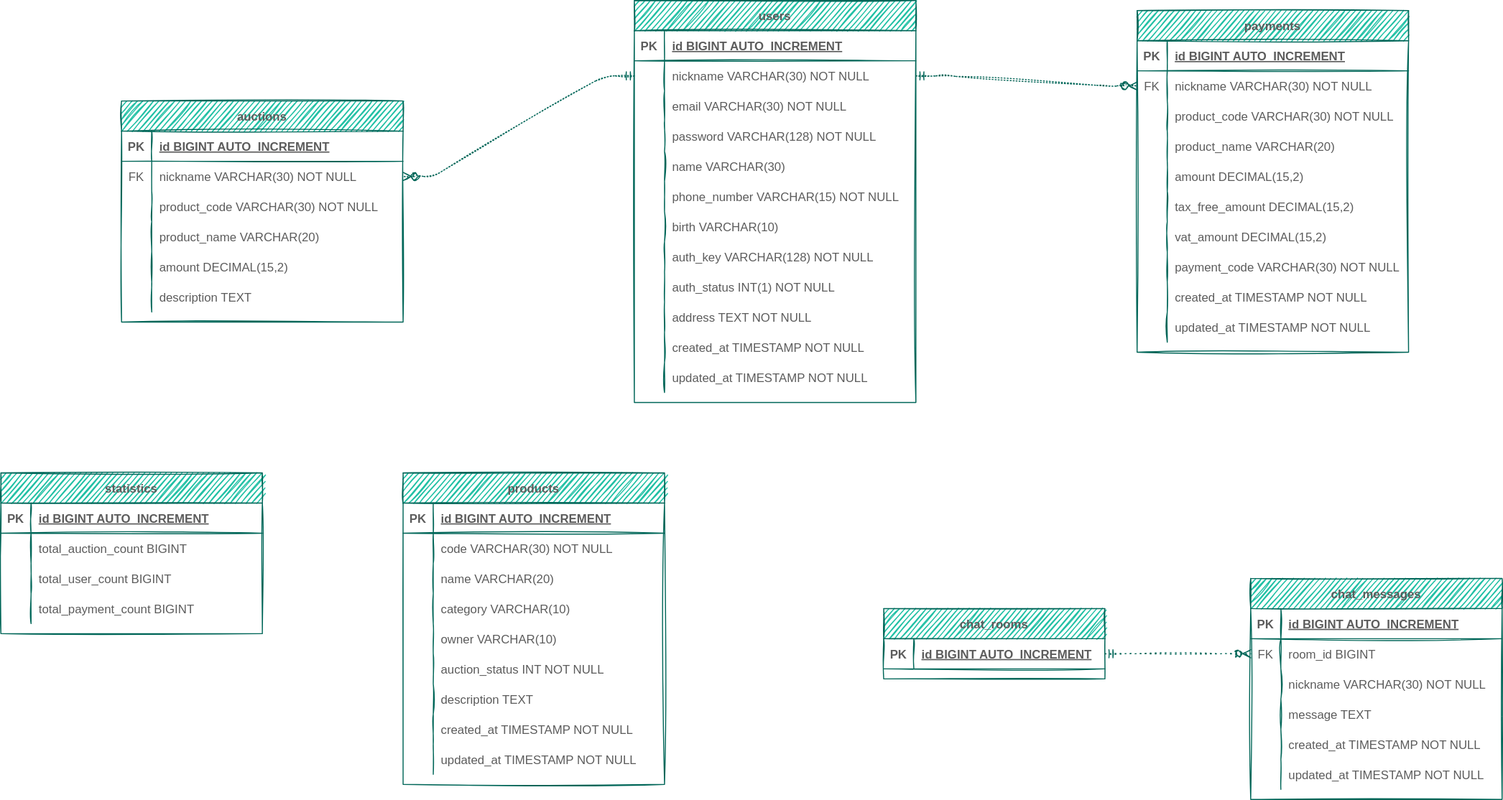
Before: sago_database_schema.drawio.svg, a diagram exported from draw.io (AnneMayor/TestRepository). Source tidied: cells renumbered, new cells last; positions are measured from the earlier drawing's top-left corner, leaving out a move shared by most shapes.
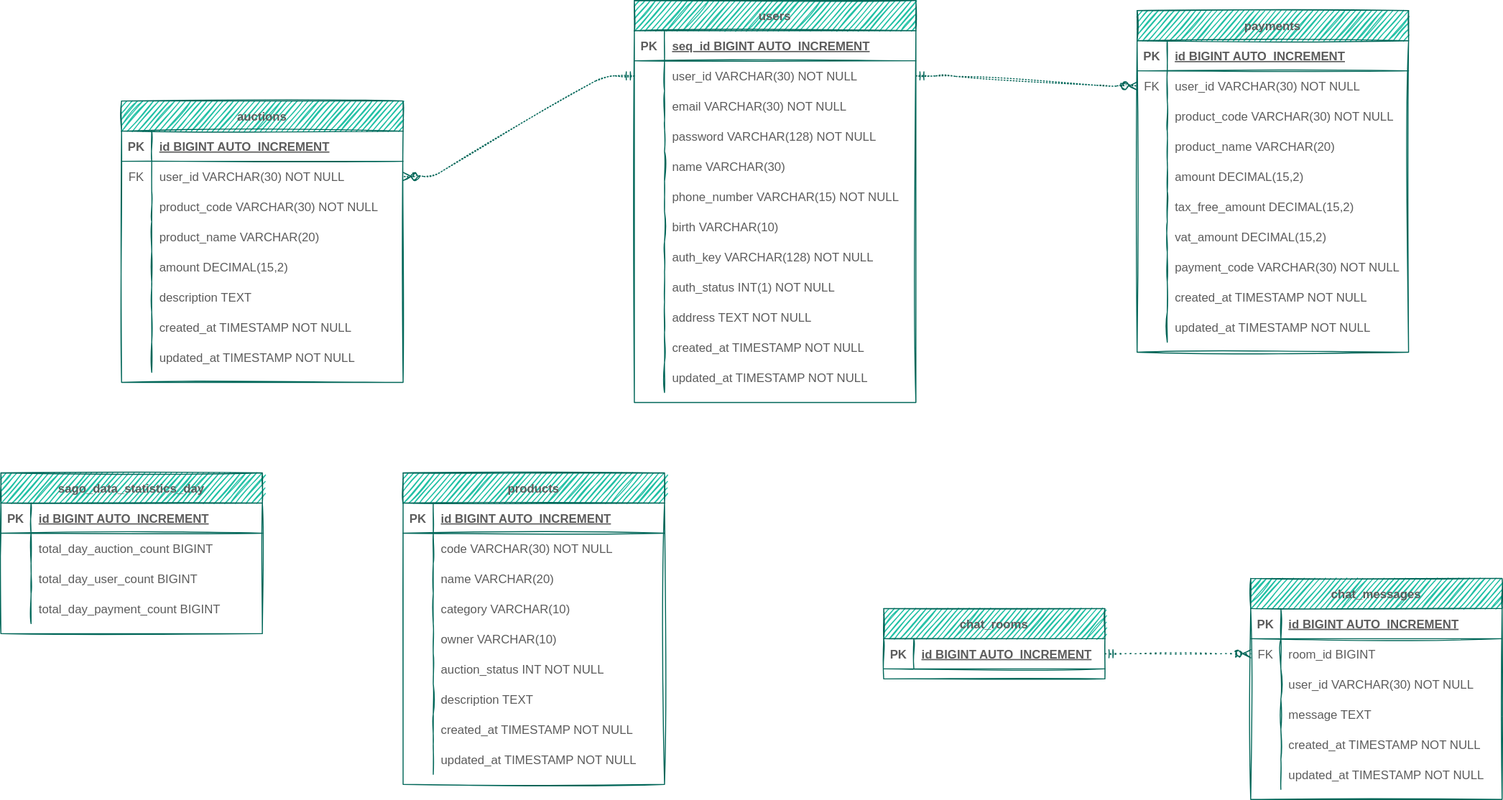
Above is the later version.

Diff of the diagram source:
```diff
@@ -3,7 +3,7 @@
     <mxCell id="0" />
     <mxCell id="1" parent="0" />
     <mxCell id="2" value="auctions" style="shape=table;startSize=30;rowLines=0;fontStyle=1;align=center;sketch=1;fillColor=#21C0A5;strokeColor=#006658;fontColor=#5C5C5C;" parent="1" vertex="1">
-      <mxGeometry x="120" y="100" width="280" height="220" as="geometry" />
+      <mxGeometry x="120" y="100" width="280" height="280" as="geometry" />
     </mxCell>
     <mxCell id="3" style="shape=partialRectangle;fillColor=none;top=0;left=0;right=0;bottom=1;sketch=1;strokeColor=#006658;fontColor=#5C5C5C;" parent="2" vertex="1">
       <mxGeometry y="30" width="280" height="30" as="geometry" />
@@ -20,7 +20,7 @@
     <mxCell id="7" value="FK" style="shape=partialRectangle;overflow=hidden;fillColor=none;top=0;left=0;bottom=0;right=0;sketch=1;strokeColor=#006658;fontColor=#5C5C5C;" parent="6" vertex="1">
       <mxGeometry width="30" height="30" as="geometry" />
     </mxCell>
-    <mxCell id="8" value="nickname VARCHAR(30) NOT NULL" style="shape=partialRectangle;overflow=hidden;fillColor=none;top=0;left=0;bottom=0;right=0;align=left;spacingLeft=6;sketch=1;strokeColor=#006658;fontColor=#5C5C5C;" parent="6" vertex="1">
+    <mxCell id="8" value="user_id VARCHAR(30) NOT NULL" style="shape=partialRectangle;overflow=hidden;fillColor=none;top=0;left=0;bottom=0;right=0;align=left;spacingLeft=6;sketch=1;strokeColor=#006658;fontColor=#5C5C5C;" parent="6" vertex="1">
       <mxGeometry x="30" width="250" height="30" as="geometry" />
     </mxCell>
     <mxCell id="9" style="shape=partialRectangle;fillColor=none;top=0;left=0;right=0;bottom=0;sketch=1;strokeColor=#006658;fontColor=#5C5C5C;" parent="2" vertex="1">
@@ -59,6 +59,24 @@
     <mxCell id="20" value="description TEXT" style="shape=partialRectangle;overflow=hidden;fillColor=none;top=0;left=0;bottom=0;right=0;align=left;spacingLeft=6;sketch=1;strokeColor=#006658;fontColor=#5C5C5C;" parent="18" vertex="1">
       <mxGeometry x="30" width="250" height="30" as="geometry" />
     </mxCell>
+    <mxCell id="156" style="shape=partialRectangle;fillColor=none;top=0;left=0;right=0;bottom=0;sketch=1;strokeColor=#006658;fontColor=#5C5C5C;" parent="2" vertex="1">
+      <mxGeometry y="210" width="280" height="30" as="geometry" />
+    </mxCell>
+    <mxCell id="157" style="shape=partialRectangle;overflow=hidden;fillColor=none;top=0;left=0;bottom=0;right=0;sketch=1;strokeColor=#006658;fontColor=#5C5C5C;" parent="156" vertex="1">
+      <mxGeometry width="30" height="30" as="geometry" />
+    </mxCell>
+    <mxCell id="158" value="created_at TIMESTAMP NOT NULL" style="shape=partialRectangle;overflow=hidden;fillColor=none;top=0;left=0;bottom=0;right=0;align=left;spacingLeft=6;sketch=1;strokeColor=#006658;fontColor=#5C5C5C;" parent="156" vertex="1">
+      <mxGeometry x="30" width="250" height="30" as="geometry" />
+    </mxCell>
+    <mxCell id="159" style="shape=partialRectangle;fillColor=none;top=0;left=0;right=0;bottom=0;sketch=1;strokeColor=#006658;fontColor=#5C5C5C;" parent="2" vertex="1">
+      <mxGeometry y="240" width="280" height="30" as="geometry" />
+    </mxCell>
+    <mxCell id="160" style="shape=partialRectangle;overflow=hidden;fillColor=none;top=0;left=0;bottom=0;right=0;sketch=1;strokeColor=#006658;fontColor=#5C5C5C;" parent="159" vertex="1">
+      <mxGeometry width="30" height="30" as="geometry" />
+    </mxCell>
+    <mxCell id="161" value="updated_at TIMESTAMP NOT NULL" style="shape=partialRectangle;overflow=hidden;fillColor=none;top=0;left=0;bottom=0;right=0;align=left;spacingLeft=6;sketch=1;strokeColor=#006658;fontColor=#5C5C5C;" parent="159" vertex="1">
+      <mxGeometry x="30" width="250" height="30" as="geometry" />
+    </mxCell>
     <mxCell id="21" value="payments" style="shape=table;startSize=30;rowLines=0;fontStyle=1;align=center;sketch=1;fillColor=#21C0A5;strokeColor=#006658;fontColor=#5C5C5C;" parent="1" vertex="1">
       <mxGeometry x="1130" y="10" width="270" height="340" as="geometry" />
     </mxCell>
@@ -77,7 +95,7 @@
     <mxCell id="26" value="FK" style="shape=partialRectangle;overflow=hidden;fillColor=none;top=0;left=0;bottom=0;right=0;sketch=1;strokeColor=#006658;fontColor=#5C5C5C;" parent="25" vertex="1">
       <mxGeometry width="30" height="30" as="geometry" />
     </mxCell>
-    <mxCell id="27" value="nickname VARCHAR(30) NOT NULL" style="shape=partialRectangle;overflow=hidden;fillColor=none;top=0;left=0;bottom=0;right=0;align=left;spacingLeft=6;sketch=1;strokeColor=#006658;fontColor=#5C5C5C;" parent="25" vertex="1">
+    <mxCell id="27" value="user_id VARCHAR(30) NOT NULL" style="shape=partialRectangle;overflow=hidden;fillColor=none;top=0;left=0;bottom=0;right=0;align=left;spacingLeft=6;sketch=1;strokeColor=#006658;fontColor=#5C5C5C;" parent="25" vertex="1">
       <mxGeometry x="30" width="240" height="30" as="geometry" />
     </mxCell>
     <mxCell id="28" style="shape=partialRectangle;fillColor=none;top=0;left=0;right=0;bottom=0;sketch=1;strokeColor=#006658;fontColor=#5C5C5C;" parent="21" vertex="1">
@@ -161,7 +179,7 @@
     <mxCell id="54" value="PK" style="shape=partialRectangle;overflow=hidden;fillColor=none;top=0;left=0;bottom=0;right=0;fontStyle=1;sketch=1;strokeColor=#006658;fontColor=#5C5C5C;" parent="53" vertex="1">
       <mxGeometry width="30" height="30" as="geometry" />
     </mxCell>
-    <mxCell id="55" value="id BIGINT AUTO_INCREMENT" style="shape=partialRectangle;overflow=hidden;fillColor=none;top=0;left=0;bottom=0;right=0;align=left;spacingLeft=6;fontStyle=5;sketch=1;strokeColor=#006658;fontColor=#5C5C5C;" parent="53" vertex="1">
+    <mxCell id="55" value="seq_id BIGINT AUTO_INCREMENT" style="shape=partialRectangle;overflow=hidden;fillColor=none;top=0;left=0;bottom=0;right=0;align=left;spacingLeft=6;fontStyle=5;sketch=1;strokeColor=#006658;fontColor=#5C5C5C;" parent="53" vertex="1">
       <mxGeometry x="30" width="250" height="30" as="geometry" />
     </mxCell>
     <mxCell id="56" style="shape=partialRectangle;fillColor=none;points=[[0,0.5],[1,0.5]];portConstraint=eastwest;top=0;left=0;right=0;bottom=0;sketch=1;strokeColor=#006658;fontColor=#5C5C5C;" parent="52" vertex="1">
@@ -170,7 +188,7 @@
     <mxCell id="57" style="shape=partialRectangle;overflow=hidden;fillColor=none;top=0;left=0;bottom=0;right=0;sketch=1;strokeColor=#006658;fontColor=#5C5C5C;" parent="56" vertex="1">
       <mxGeometry width="30" height="30" as="geometry" />
     </mxCell>
-    <mxCell id="58" value="nickname VARCHAR(30) NOT NULL" style="shape=partialRectangle;overflow=hidden;fillColor=none;top=0;left=0;bottom=0;right=0;align=left;spacingLeft=6;sketch=1;strokeColor=#006658;fontColor=#5C5C5C;" parent="56" vertex="1">
+    <mxCell id="58" value="user_id VARCHAR(30) NOT NULL" style="shape=partialRectangle;overflow=hidden;fillColor=none;top=0;left=0;bottom=0;right=0;align=left;spacingLeft=6;sketch=1;strokeColor=#006658;fontColor=#5C5C5C;" parent="56" vertex="1">
       <mxGeometry x="30" width="250" height="30" as="geometry" />
     </mxCell>
     <mxCell id="59" style="shape=partialRectangle;fillColor=none;top=0;left=0;right=0;bottom=0;sketch=1;strokeColor=#006658;fontColor=#5C5C5C;" parent="52" vertex="1">
@@ -374,7 +392,7 @@
     <mxCell id="125" style="shape=partialRectangle;fillColor=none;top=0;left=0;bottom=0;right=0;overflow=hidden;sketch=1;strokeColor=#006658;fontColor=#5C5C5C;" parent="124" vertex="1">
       <mxGeometry width="30" height="30" as="geometry" />
     </mxCell>
-    <mxCell id="126" value="nickname VARCHAR(30) NOT NULL" style="shape=partialRectangle;fillColor=none;top=0;left=0;bottom=0;right=0;align=left;spacingLeft=6;overflow=hidden;sketch=1;strokeColor=#006658;fontColor=#5C5C5C;" parent="124" vertex="1">
+    <mxCell id="126" value="user_id VARCHAR(30) NOT NULL" style="shape=partialRectangle;fillColor=none;top=0;left=0;bottom=0;right=0;align=left;spacingLeft=6;overflow=hidden;sketch=1;strokeColor=#006658;fontColor=#5C5C5C;" parent="124" vertex="1">
       <mxGeometry x="30" width="220" height="30" as="geometry" />
     </mxCell>
     <mxCell id="127" style="shape=partialRectangle;fillColor=none;top=0;left=0;bottom=0;right=0;sketch=1;strokeColor=#006658;fontColor=#5C5C5C;" parent="117" vertex="1">
@@ -425,7 +443,7 @@
     <mxCell id="142" style="edgeStyle=entityRelationEdgeStyle;fontSize=12;html=1;endArrow=ERzeroToMany;startArrow=ERmandOne;rounded=1;sketch=1;fontColor=#5C5C5C;strokeColor=#006658;fillColor=#21C0A5;curved=0;entryX=1;entryY=0.5;entryDx=0;entryDy=0;exitX=0;exitY=0.5;exitDx=0;exitDy=0;dashed=1;dashPattern=1 2;" parent="1" edge="1" source="56" target="6">
       <mxGeometry relative="1" as="geometry" />
     </mxCell>
-    <mxCell id="143" value="statistics" style="shape=table;startSize=30;rowLines=0;fontStyle=1;align=center;rounded=0;sketch=1;fontColor=#5C5C5C;strokeColor=#006658;fillColor=#21C0A5;" parent="1" vertex="1">
+    <mxCell id="143" value="sago_data_statistics_day" style="shape=table;startSize=30;rowLines=0;fontStyle=1;align=center;rounded=0;sketch=1;fontColor=#5C5C5C;strokeColor=#006658;fillColor=#21C0A5;" parent="1" vertex="1">
       <mxGeometry y="470" width="260" height="160" as="geometry" />
     </mxCell>
     <mxCell id="144" style="shape=partialRectangle;fillColor=none;top=0;left=0;bottom=1;right=0;rounded=0;sketch=1;fontColor=#5C5C5C;strokeColor=#006658;" parent="143" vertex="1">
@@ -443,7 +461,7 @@
     <mxCell id="148" style="shape=partialRectangle;fillColor=none;top=0;left=0;bottom=0;right=0;overflow=hidden;rounded=0;sketch=1;fontColor=#5C5C5C;strokeColor=#006658;" parent="147" vertex="1">
       <mxGeometry width="30" height="30" as="geometry" />
     </mxCell>
-    <mxCell id="149" value="total_auction_count BIGINT" style="shape=partialRectangle;fillColor=none;top=0;left=0;bottom=0;right=0;align=left;spacingLeft=6;overflow=hidden;rounded=0;sketch=1;fontColor=#5C5C5C;strokeColor=#006658;" parent="147" vertex="1">
+    <mxCell id="149" value="total_day_auction_count BIGINT" style="shape=partialRectangle;fillColor=none;top=0;left=0;bottom=0;right=0;align=left;spacingLeft=6;overflow=hidden;rounded=0;sketch=1;fontColor=#5C5C5C;strokeColor=#006658;" parent="147" vertex="1">
       <mxGeometry x="30" width="230" height="30" as="geometry" />
     </mxCell>
     <mxCell id="150" style="shape=partialRectangle;fillColor=none;top=0;left=0;bottom=0;right=0;rounded=0;sketch=1;fontColor=#5C5C5C;strokeColor=#006658;" parent="143" vertex="1">
@@ -452,7 +470,7 @@
     <mxCell id="151" style="shape=partialRectangle;fillColor=none;top=0;left=0;bottom=0;right=0;overflow=hidden;rounded=0;sketch=1;fontColor=#5C5C5C;strokeColor=#006658;" parent="150" vertex="1">
       <mxGeometry width="30" height="30" as="geometry" />
     </mxCell>
-    <mxCell id="152" value="total_user_count BIGINT" style="shape=partialRectangle;fillColor=none;top=0;left=0;bottom=0;right=0;align=left;spacingLeft=6;overflow=hidden;rounded=0;sketch=1;fontColor=#5C5C5C;strokeColor=#006658;" parent="150" vertex="1">
+    <mxCell id="152" value="total_day_user_count BIGINT" style="shape=partialRectangle;fillColor=none;top=0;left=0;bottom=0;right=0;align=left;spacingLeft=6;overflow=hidden;rounded=0;sketch=1;fontColor=#5C5C5C;strokeColor=#006658;" parent="150" vertex="1">
       <mxGeometry x="30" width="230" height="30" as="geometry" />
     </mxCell>
     <mxCell id="153" style="shape=partialRectangle;fillColor=none;top=0;left=0;bottom=0;right=0;rounded=0;sketch=1;fontColor=#5C5C5C;strokeColor=#006658;" parent="143" vertex="1">
@@ -461,7 +479,7 @@
     <mxCell id="154" style="shape=partialRectangle;fillColor=none;top=0;left=0;bottom=0;right=0;overflow=hidden;rounded=0;sketch=1;fontColor=#5C5C5C;strokeColor=#006658;" parent="153" vertex="1">
       <mxGeometry width="30" height="30" as="geometry" />
     </mxCell>
-    <mxCell id="155" value="total_payment_count BIGINT" style="shape=partialRectangle;fillColor=none;top=0;left=0;bottom=0;right=0;align=left;spacingLeft=6;overflow=hidden;rounded=0;sketch=1;fontColor=#5C5C5C;strokeColor=#006658;" parent="153" vertex="1">
+    <mxCell id="155" value="total_day_payment_count BIGINT" style="shape=partialRectangle;fillColor=none;top=0;left=0;bottom=0;right=0;align=left;spacingLeft=6;overflow=hidden;rounded=0;sketch=1;fontColor=#5C5C5C;strokeColor=#006658;" parent="153" vertex="1">
       <mxGeometry x="30" width="230" height="30" as="geometry" />
     </mxCell>
   </root>
```
